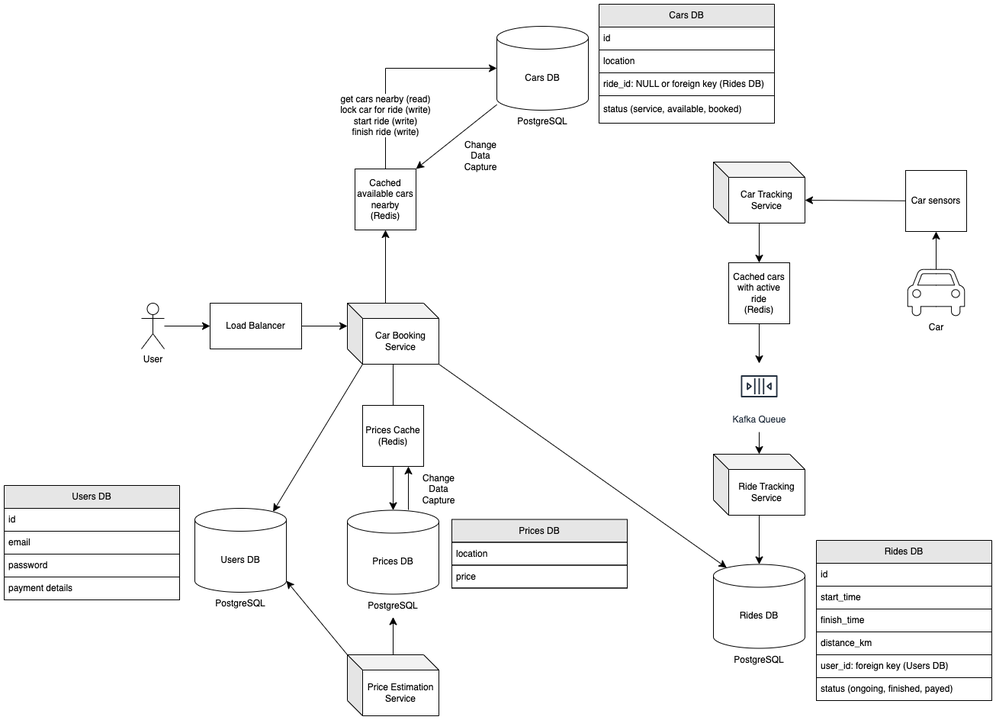
Before: sixt/assets/sixt.drawio.png, a diagram exported from draw.io (artem-istranin/system-design-sandbox). Source tidied: cells renumbered, new cells last; positions are measured from the earlier drawing's top-left corner, leaving out a move shared by most shapes.
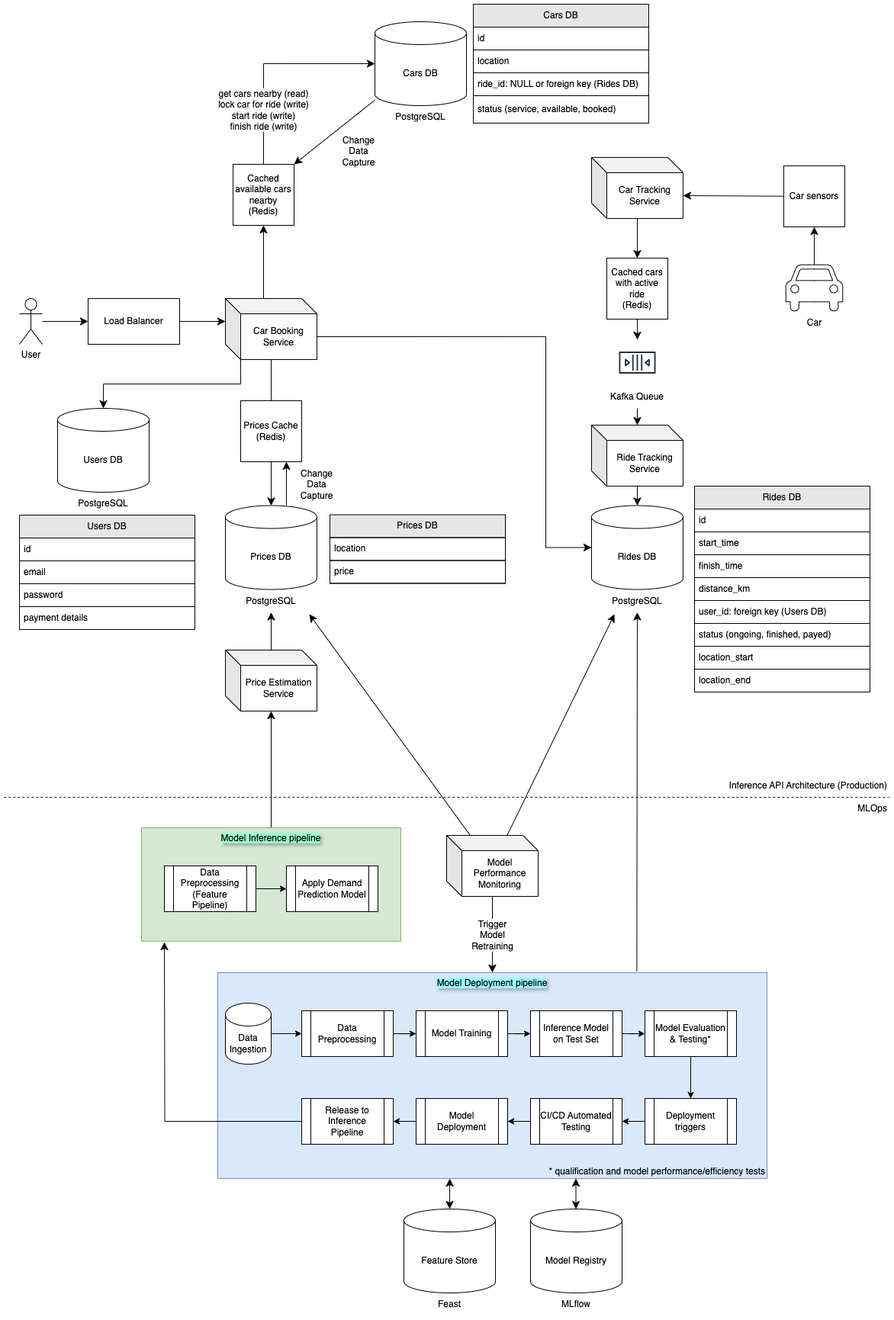
After the commit.

Commit message:
add basic MLOps components to the graph + start ML model part (draft)

What changed in the source:
```diff
@@ -67,23 +67,8 @@
     <mxCell id="22" value="PostgreSQL" style="text;html=1;align=center;verticalAlign=middle;whiteSpace=wrap;rounded=0;" parent="20" vertex="1">
       <mxGeometry x="30" y="110" width="60" height="30" as="geometry" />
     </mxCell>
-    <mxCell id="23" style="edgeStyle=none;curved=1;rounded=0;jettySize=auto;html=1;fontSize=12;startSize=8;endSize=8;entryX=0;entryY=0;entryDx=0;entryDy=0;entryPerimeter=0;exitX=1;exitY=1;exitDx=0;exitDy=-15;exitPerimeter=0;startArrow=classic;startFill=1;endArrow=none;" parent="1" edge="1" source="26" target="15">
-      <mxGeometry relative="1" as="geometry" />
-    </mxCell>
-    <mxCell id="24" style="group;" parent="1" vertex="1">
-      <mxGeometry x="310" y="586" width="120" height="195" as="geometry" />
-    </mxCell>
-    <mxCell id="25" style="group;" parent="24" vertex="1">
-      <mxGeometry x="-60" y="75" width="120" height="140" as="geometry" />
-    </mxCell>
-    <mxCell id="26" value="Users DB" style="shape=cylinder3;whiteSpace=wrap;html=1;boundedLbl=1;backgroundOutline=1;size=15;" parent="25" vertex="1">
-      <mxGeometry width="120" height="110" as="geometry" />
-    </mxCell>
-    <mxCell id="27" value="PostgreSQL" style="text;html=1;align=center;verticalAlign=middle;whiteSpace=wrap;rounded=0;" parent="25" vertex="1">
-      <mxGeometry x="30" y="110" width="60" height="30" as="geometry" />
-    </mxCell>
     <mxCell id="28" value="Ride Tracking Service" style="shape=cube;whiteSpace=wrap;html=1;boundedLbl=1;backgroundOutline=1;darkOpacity=0.05;darkOpacity2=0.1;" parent="1" vertex="1">
-      <mxGeometry x="930" y="590" width="120" height="80" as="geometry" />
+      <mxGeometry x="930" y="558" width="120" height="80" as="geometry" />
     </mxCell>
     <mxCell id="29" style="edgeStyle=none;curved=1;rounded=0;jettySize=auto;html=1;fontSize=12;startSize=8;endSize=8;" parent="1" edge="1" source="62" target="38">
       <mxGeometry relative="1" as="geometry" />
@@ -91,17 +76,22 @@
     <mxCell id="30" style="edgeStyle=none;curved=1;rounded=0;jettySize=auto;html=1;entryX=0.5;entryY=0;entryDx=0;entryDy=0;entryPerimeter=0;fontSize=12;startSize=8;endSize=8;" parent="1" edge="1" source="28" target="35">
       <mxGeometry relative="1" as="geometry" />
     </mxCell>
-    <mxCell id="31" style="edgeStyle=none;curved=1;rounded=0;jettySize=auto;html=1;entryX=0.145;entryY=0;entryDx=0;entryDy=4.35;entryPerimeter=0;fontSize=12;startSize=8;endSize=8;exitX=1;exitY=1;exitDx=0;exitDy=0;exitPerimeter=0;startArrow=none;startFill=0;" parent="1" edge="1" source="11" target="35">
-      <mxGeometry relative="1" as="geometry" />
+    <mxCell id="31" style="edgeStyle=orthogonalEdgeStyle;rounded=0;jettySize=auto;html=1;entryX=0;entryY=0.5;entryDx=0;entryDy=0;entryPerimeter=0;fontSize=12;startSize=8;endSize=8;exitX=0;exitY=0;exitDx=120;exitDy=50;exitPerimeter=0;startArrow=none;startFill=0;" parent="1" edge="1" source="11" target="35">
+      <mxGeometry relative="1" as="geometry">
+        <Array as="points">
+          <mxPoint x="870" y="442" />
+          <mxPoint x="870" y="719" />
+        </Array>
+      </mxGeometry>
     </mxCell>
-    <mxCell id="32" style="edgeStyle=none;curved=1;rounded=0;jettySize=auto;html=1;entryX=0.855;entryY=0;entryDx=0;entryDy=4.35;entryPerimeter=0;fontSize=12;startSize=8;endSize=8;exitX=0;exitY=0;exitDx=20;exitDy=80;exitPerimeter=0;startArrow=none;startFill=0;" parent="1" edge="1" source="11" target="26">
+    <mxCell id="32" style="edgeStyle=orthogonalEdgeStyle;rounded=0;jettySize=auto;html=1;entryX=0.5;entryY=0;entryDx=0;entryDy=0;entryPerimeter=0;fontSize=12;startSize=8;endSize=8;exitX=0;exitY=0;exitDx=20;exitDy=80;exitPerimeter=0;startArrow=none;startFill=0;" parent="1" edge="1" source="11" target="26">
       <mxGeometry relative="1" as="geometry" />
     </mxCell>
     <mxCell id="33" value="PostgreSQL" style="text;html=1;align=center;verticalAlign=middle;whiteSpace=wrap;rounded=0;" parent="1" vertex="1">
       <mxGeometry x="480" y="773.5" width="60" height="30" as="geometry" />
     </mxCell>
     <mxCell id="34" style="group;" parent="1" vertex="1">
-      <mxGeometry x="930" y="734.5" width="120" height="140" as="geometry" />
+      <mxGeometry x="930" y="663.5" width="120" height="140" as="geometry" />
     </mxCell>
     <mxCell id="35" value="Rides DB" style="shape=cylinder3;whiteSpace=wrap;html=1;boundedLbl=1;backgroundOutline=1;size=15;" parent="34" vertex="1">
       <mxGeometry width="120" height="110" as="geometry" />
@@ -111,11 +101,11 @@
     </mxCell>
     <mxCell id="37" style="edgeStyle=none;curved=1;rounded=0;jettySize=auto;html=1;fontSize=12;startSize=8;endSize=8;" parent="1" edge="1" target="28">
       <mxGeometry relative="1" as="geometry">
-        <mxPoint x="990" y="561" as="sourcePoint" />
+        <mxPoint x="990" y="536" as="sourcePoint" />
       </mxGeometry>
     </mxCell>
-    <mxCell id="38" value="Kafka Queue" style="sketch=0;outlineConnect=0;fontColor=#232F3E;gradientColor=none;strokeColor=#232F3E;fillColor=#ffffff;dashed=0;verticalLabelPosition=bottom;verticalAlign=top;align=center;html=1;fontSize=12;fontStyle=0;shape=mxgraph.aws4.resourceIcon;resIcon=mxgraph.aws4.queue;" parent="1" vertex="1">
-      <mxGeometry x="960" y="471" width="60" height="60" as="geometry" />
+    <mxCell id="38" style="sketch=0;outlineConnect=0;fontColor=#232F3E;gradientColor=none;strokeColor=#232F3E;fillColor=#ffffff;dashed=0;verticalLabelPosition=bottom;verticalAlign=top;align=center;html=1;fontSize=12;fontStyle=0;shape=mxgraph.aws4.resourceIcon;resIcon=mxgraph.aws4.queue;" parent="1" vertex="1">
+      <mxGeometry x="960" y="446" width="60" height="60" as="geometry" />
     </mxCell>
     <mxCell id="39" style="edgeStyle=orthogonalEdgeStyle;rounded=0;jettySize=auto;html=1;entryX=0.5;entryY=1;entryDx=0;entryDy=0;fontSize=12;startSize=8;endSize=8;startArrow=none;startFill=0;exitX=0;exitY=0;exitDx=50;exitDy=0;exitPerimeter=0;" parent="1" edge="1" source="11" target="40">
       <mxGeometry x="-0.33" relative="1" as="geometry">
@@ -126,7 +116,7 @@
       <mxGeometry x="460" y="216" width="80" height="80" as="geometry" />
     </mxCell>
     <mxCell id="41" value="Cars DB" style="swimlane;fontStyle=0;horizontal=1;startSize=30;whiteSpace=wrap;html=1;direction=east;separatorColor=#000000;glass=0;fillColor=#E6E6E6;swimlaneFillColor=default;strokeWidth=1;perimeterSpacing=0;noLabel=0;" parent="1" vertex="1">
-      <mxGeometry x="780" width="230" height="156" as="geometry" />
+      <mxGeometry x="775" y="6" width="230" height="156" as="geometry" />
     </mxCell>
     <mxCell id="42" value="id" style="text;strokeColor=default;fillColor=none;align=left;verticalAlign=middle;spacingLeft=4;spacingRight=4;overflow=hidden;whiteSpace=wrap;html=1;" parent="41" vertex="1">
       <mxGeometry y="30" width="230" height="30" as="geometry" />
@@ -141,7 +131,7 @@
       <mxGeometry y="120" width="230" height="36" as="geometry" />
     </mxCell>
     <mxCell id="46" value="Rides DB" style="swimlane;fontStyle=0;horizontal=1;startSize=30;whiteSpace=wrap;html=1;direction=east;separatorColor=#000000;glass=0;fillColor=#E6E6E6;swimlaneFillColor=default;strokeWidth=1;perimeterSpacing=0;noLabel=0;" parent="1" vertex="1">
-      <mxGeometry x="1065" y="703" width="230" height="210" as="geometry" />
+      <mxGeometry x="1065" y="638" width="230" height="270" as="geometry" />
     </mxCell>
     <mxCell id="47" value="id" style="text;strokeColor=default;fillColor=none;align=left;verticalAlign=middle;spacingLeft=4;spacingRight=4;overflow=hidden;whiteSpace=wrap;html=1;" parent="46" vertex="1">
       <mxGeometry y="30" width="230" height="30" as="geometry" />
@@ -161,8 +151,14 @@
     <mxCell id="52" value="status (ongoing, finished, payed)" style="text;strokeColor=default;fillColor=none;align=left;verticalAlign=middle;spacingLeft=4;spacingRight=4;overflow=hidden;whiteSpace=wrap;html=1;glass=0;" parent="46" vertex="1">
       <mxGeometry y="180" width="230" height="30" as="geometry" />
     </mxCell>
+    <mxCell id="65" value="location_start" style="text;strokeColor=default;fillColor=none;align=left;verticalAlign=middle;spacingLeft=4;spacingRight=4;overflow=hidden;whiteSpace=wrap;html=1;glass=0;" parent="46" vertex="1">
+      <mxGeometry y="210" width="230" height="30" as="geometry" />
+    </mxCell>
+    <mxCell id="66" value="location_end" style="text;strokeColor=default;fillColor=none;align=left;verticalAlign=middle;spacingLeft=4;spacingRight=4;overflow=hidden;whiteSpace=wrap;html=1;glass=0;" parent="46" vertex="1">
+      <mxGeometry y="240" width="230" height="30" as="geometry" />
+    </mxCell>
     <mxCell id="53" value="Users DB" style="swimlane;fontStyle=0;horizontal=1;startSize=30;whiteSpace=wrap;html=1;direction=east;separatorColor=#000000;glass=0;fillColor=#E6E6E6;swimlaneFillColor=default;strokeWidth=1;perimeterSpacing=0;noLabel=0;" parent="1" vertex="1">
-      <mxGeometry y="631" width="230" height="150" as="geometry" />
+      <mxGeometry x="180" y="676" width="230" height="150" as="geometry" />
     </mxCell>
     <mxCell id="54" value="id" style="text;strokeColor=default;fillColor=none;align=left;verticalAlign=middle;spacingLeft=4;spacingRight=4;overflow=hidden;whiteSpace=wrap;html=1;" parent="53" vertex="1">
       <mxGeometry y="30" width="230" height="30" as="geometry" />
@@ -197,5 +193,151 @@
     <mxCell id="64" style="edgeStyle=none;curved=1;rounded=0;jettySize=auto;html=1;entryX=1;entryY=0;entryDx=0;entryDy=0;fontSize=12;startSize=8;endSize=8;" parent="1" edge="1" source="21" target="40">
       <mxGeometry relative="1" as="geometry" />
     </mxCell>
+    <mxCell id="67" value="Kafka Queue" style="text;html=1;align=center;verticalAlign=middle;whiteSpace=wrap;rounded=0;" parent="1" vertex="1">
+      <mxGeometry x="950" y="506" width="80" height="30" as="geometry" />
+    </mxCell>
+    <mxCell id="68" style="endArrow=none;dashed=1;html=1;rounded=0;fontSize=12;startSize=8;endSize=8;curved=1;" parent="1" edge="1">
+      <mxGeometry relative="1" as="geometry">
+        <mxPoint x="160" y="1046" as="sourcePoint" />
+        <mxPoint x="1320" y="1046" as="targetPoint" />
+      </mxGeometry>
+    </mxCell>
+    <mxCell id="69" value="Model Deployment pipeline" style="rounded=0;whiteSpace=wrap;html=1;textShadow=1;labelBackgroundColor=#99FFFF;fillColor=#dae8fc;strokeColor=#6c8ebf;verticalAlign=top;" parent="1" vertex="1">
+      <mxGeometry x="440" y="1276" width="720" height="270" as="geometry" />
+    </mxCell>
+    <mxCell id="70" style="edgeStyle=orthogonalEdgeStyle;rounded=0;jettySize=auto;html=1;" parent="1" edge="1" source="71" target="77">
+      <mxGeometry relative="1" as="geometry" />
+    </mxCell>
+    <mxCell id="71" value="Data Ingestion" style="shape=cylinder3;whiteSpace=wrap;html=1;boundedLbl=1;backgroundOutline=1;size=15;" parent="1" vertex="1">
+      <mxGeometry x="450" y="1316" width="60" height="80" as="geometry" />
+    </mxCell>
+    <mxCell id="72" style="edgeStyle=orthogonalEdgeStyle;rounded=0;jettySize=auto;html=1;" parent="1" edge="1" source="73" target="93">
+      <mxGeometry relative="1" as="geometry" />
+    </mxCell>
+    <mxCell id="73" value="Deployment triggers" style="shape=process;whiteSpace=wrap;html=1;backgroundOutline=1;" parent="1" vertex="1">
+      <mxGeometry x="1000" y="1441" width="120" height="60" as="geometry" />
+    </mxCell>
+    <mxCell id="74" style="edgeStyle=orthogonalEdgeStyle;rounded=0;jettySize=auto;html=1;" parent="1" edge="1" source="75" target="86">
+      <mxGeometry relative="1" as="geometry" />
+    </mxCell>
+    <mxCell id="75" value="Model Deployment" style="shape=process;whiteSpace=wrap;html=1;backgroundOutline=1;" parent="1" vertex="1">
+      <mxGeometry x="700" y="1441" width="120" height="60" as="geometry" />
+    </mxCell>
+    <mxCell id="76" style="edgeStyle=orthogonalEdgeStyle;rounded=0;jettySize=auto;html=1;" parent="1" edge="1" source="77" target="79">
+      <mxGeometry relative="1" as="geometry" />
+    </mxCell>
+    <mxCell id="77" value="Data Preprocessing" style="shape=process;whiteSpace=wrap;html=1;backgroundOutline=1;" parent="1" vertex="1">
+      <mxGeometry x="550" y="1326" width="120" height="60" as="geometry" />
+    </mxCell>
+    <mxCell id="78" style="edgeStyle=orthogonalEdgeStyle;rounded=0;jettySize=auto;html=1;" parent="1" edge="1" source="79" target="81">
+      <mxGeometry relative="1" as="geometry" />
+    </mxCell>
+    <mxCell id="79" value="Model Training" style="shape=process;whiteSpace=wrap;html=1;backgroundOutline=1;" parent="1" vertex="1">
+      <mxGeometry x="700" y="1326" width="120" height="60" as="geometry" />
+    </mxCell>
+    <mxCell id="80" style="edgeStyle=orthogonalEdgeStyle;rounded=0;jettySize=auto;html=1;" parent="1" edge="1" source="81" target="83">
+      <mxGeometry relative="1" as="geometry" />
+    </mxCell>
+    <mxCell id="81" value="Inference Model on Test Set" style="shape=process;whiteSpace=wrap;html=1;backgroundOutline=1;" parent="1" vertex="1">
+      <mxGeometry x="850" y="1326" width="120" height="60" as="geometry" />
+    </mxCell>
+    <mxCell id="82" style="edgeStyle=orthogonalEdgeStyle;rounded=0;jettySize=auto;html=1;" parent="1" edge="1" source="83" target="73">
+      <mxGeometry relative="1" as="geometry" />
+    </mxCell>
+    <mxCell id="83" value="Model Evaluation &amp;amp; Testing*" style="shape=process;whiteSpace=wrap;html=1;backgroundOutline=1;" parent="1" vertex="1">
+      <mxGeometry x="1000" y="1326" width="120" height="60" as="geometry" />
+    </mxCell>
+    <mxCell id="84" value="&lt;span style=&quot;color: rgb(0, 0, 0); font-family: Helvetica; font-size: 12px; font-style: normal; font-variant-ligatures: normal; font-variant-caps: normal; font-weight: 400; letter-spacing: normal; orphans: 2; text-indent: 0px; text-transform: none; widows: 2; word-spacing: 0px; -webkit-text-stroke-width: 0px; white-space: normal; text-decoration-thickness: initial; text-decoration-style: initial; text-decoration-color: initial; float: none; display: inline !important;&quot;&gt;* qualification and model performance/efficiency tests&lt;/span&gt;" style="text;whiteSpace=wrap;html=1;fillColor=none;labelBackgroundColor=none;verticalAlign=bottom;align=right;" parent="1" vertex="1">
+      <mxGeometry x="690" y="1506" width="470" height="40" as="geometry" />
+    </mxCell>
+    <mxCell id="85" style="edgeStyle=orthogonalEdgeStyle;rounded=0;jettySize=auto;html=1;fontSize=12;startSize=8;endSize=8;" parent="1" edge="1" source="86">
+      <mxGeometry relative="1" as="geometry">
+        <mxPoint x="370" y="1236" as="targetPoint" />
+      </mxGeometry>
+    </mxCell>
+    <mxCell id="86" value="Release to Inference Pipeline" style="shape=process;whiteSpace=wrap;html=1;backgroundOutline=1;" parent="1" vertex="1">
+      <mxGeometry x="550" y="1441" width="120" height="60" as="geometry" />
+    </mxCell>
+    <mxCell id="87" style="edgeStyle=none;curved=1;rounded=0;jettySize=auto;html=1;fontSize=12;startSize=8;endSize=8;" parent="1" edge="1" source="88" target="15">
+      <mxGeometry relative="1" as="geometry" />
+    </mxCell>
+    <mxCell id="88" value="&lt;span style=&quot;background-color: rgb(153, 255, 204);&quot;&gt;Model Inference pipeline&lt;/span&gt;" style="rounded=0;whiteSpace=wrap;html=1;fillColor=#d5e8d4;strokeColor=#82b366;textShadow=1;verticalAlign=top;" parent="1" vertex="1">
+      <mxGeometry x="340" y="1086" width="340" height="148.8" as="geometry" />
+    </mxCell>
+    <mxCell id="89" style="edgeStyle=orthogonalEdgeStyle;rounded=0;jettySize=auto;html=1;entryX=0;entryY=0.5;entryDx=0;entryDy=0;" parent="1" edge="1" source="90" target="91">
+      <mxGeometry relative="1" as="geometry" />
+    </mxCell>
+    <mxCell id="90" value="Data Preprocessing (Feature Pipeline)" style="shape=process;whiteSpace=wrap;html=1;backgroundOutline=1;" parent="1" vertex="1">
+      <mxGeometry x="370" y="1136" width="120" height="60" as="geometry" />
+    </mxCell>
+    <mxCell id="91" value="Apply Demand Prediction Model" style="shape=process;whiteSpace=wrap;html=1;backgroundOutline=1;" parent="1" vertex="1">
+      <mxGeometry x="530" y="1136" width="120" height="60" as="geometry" />
+    </mxCell>
+    <mxCell id="92" style="edgeStyle=orthogonalEdgeStyle;rounded=0;jettySize=auto;html=1;" parent="1" edge="1" source="93" target="75">
+      <mxGeometry relative="1" as="geometry" />
+    </mxCell>
+    <mxCell id="93" value="CI/CD Automated Testing" style="shape=process;whiteSpace=wrap;html=1;backgroundOutline=1;" parent="1" vertex="1">
+      <mxGeometry x="850" y="1441" width="120" height="60" as="geometry" />
+    </mxCell>
+    <mxCell id="94" value="MLOps" style="text;html=1;align=right;verticalAlign=middle;whiteSpace=wrap;rounded=0;" parent="1" vertex="1">
+      <mxGeometry x="1240" y="1046" width="80" height="30" as="geometry" />
+    </mxCell>
+    <mxCell id="95" value="Inference API Architecture (Production)" style="text;html=1;align=right;verticalAlign=middle;whiteSpace=wrap;rounded=0;" parent="1" vertex="1">
+      <mxGeometry x="1110" y="1016" width="210" height="30" as="geometry" />
+    </mxCell>
+    <mxCell id="96" style="edgeStyle=none;curved=1;rounded=0;jettySize=auto;html=1;fontSize=12;startSize=8;endSize=8;entryX=0.763;entryY=-0.006;entryDx=0;entryDy=0;entryPerimeter=0;endArrow=none;startFill=1;startArrow=classic;" parent="1" edge="1" source="36" target="69">
+      <mxGeometry relative="1" as="geometry" />
+    </mxCell>
+    <mxCell id="25" style="group;" parent="1" vertex="1">
+      <mxGeometry x="230" y="536" width="120" height="140" as="geometry" />
+    </mxCell>
+    <mxCell id="26" value="Users DB" style="shape=cylinder3;whiteSpace=wrap;html=1;boundedLbl=1;backgroundOutline=1;size=15;" parent="25" vertex="1">
+      <mxGeometry width="120" height="110" as="geometry" />
+    </mxCell>
+    <mxCell id="27" value="PostgreSQL" style="text;html=1;align=center;verticalAlign=middle;whiteSpace=wrap;rounded=0;" parent="25" vertex="1">
+      <mxGeometry x="30" y="110" width="60" height="30" as="geometry" />
+    </mxCell>
+    <mxCell id="97" style="group;" parent="1" vertex="1">
+      <mxGeometry x="684" y="1586" width="120" height="140" as="geometry" />
+    </mxCell>
+    <mxCell id="98" value="Feature Store" style="shape=cylinder3;whiteSpace=wrap;html=1;boundedLbl=1;backgroundOutline=1;size=15;" parent="97" vertex="1">
+      <mxGeometry width="120" height="110" as="geometry" />
+    </mxCell>
+    <mxCell id="99" value="Feast" style="text;html=1;align=center;verticalAlign=middle;whiteSpace=wrap;rounded=0;" parent="97" vertex="1">
+      <mxGeometry x="30" y="110" width="60" height="30" as="geometry" />
+    </mxCell>
+    <mxCell id="100" value="Mod" style="group;" parent="1" vertex="1">
+      <mxGeometry x="850" y="1586" width="120" height="140" as="geometry" />
+    </mxCell>
+    <mxCell id="101" value="Model Registry" style="shape=cylinder3;whiteSpace=wrap;html=1;boundedLbl=1;backgroundOutline=1;size=15;" parent="100" vertex="1">
+      <mxGeometry width="120" height="110" as="geometry" />
+    </mxCell>
+    <mxCell id="102" value="MLflow" style="text;html=1;align=center;verticalAlign=middle;whiteSpace=wrap;rounded=0;" parent="100" vertex="1">
+      <mxGeometry x="30" y="110" width="60" height="30" as="geometry" />
+    </mxCell>
+    <mxCell id="103" style="endArrow=classic;startArrow=classic;html=1;rounded=0;fontSize=12;startSize=8;endSize=8;curved=1;exitX=0.5;exitY=0;exitDx=0;exitDy=0;exitPerimeter=0;entryX=0.115;entryY=1.001;entryDx=0;entryDy=0;entryPerimeter=0;" parent="1" edge="1" source="98" target="84">
+      <mxGeometry relative="1" as="geometry" />
+    </mxCell>
+    <mxCell id="104" style="endArrow=classic;startArrow=classic;html=1;rounded=0;fontSize=12;startSize=8;endSize=8;curved=1;exitX=0.5;exitY=0;exitDx=0;exitDy=0;exitPerimeter=0;entryX=0.467;entryY=0.999;entryDx=0;entryDy=0;entryPerimeter=0;" parent="1" edge="1" target="84">
+      <mxGeometry relative="1" as="geometry">
+        <mxPoint x="909.5" y="1586" as="sourcePoint" />
+      </mxGeometry>
+    </mxCell>
+    <mxCell id="105" value="Trigger&lt;div&gt;Model&lt;/div&gt;&lt;div&gt;Retraining&lt;/div&gt;" style="edgeStyle=none;curved=1;rounded=0;jettySize=auto;html=1;entryX=0.5;entryY=0;entryDx=0;entryDy=0;fontSize=12;startSize=8;endSize=8;" parent="1" edge="1" source="106" target="69">
+      <mxGeometry relative="1" as="geometry" />
+    </mxCell>
+    <mxCell id="106" value="Model Performance Monitoring" style="shape=cube;whiteSpace=wrap;html=1;boundedLbl=1;backgroundOutline=1;darkOpacity=0.05;darkOpacity2=0.1;" parent="1" vertex="1">
+      <mxGeometry x="740" y="1096" width="120" height="80" as="geometry" />
+    </mxCell>
+    <mxCell id="107" style="edgeStyle=none;curved=1;rounded=0;jettySize=auto;html=1;fontSize=12;startSize=8;endSize=8;" parent="1" edge="1" source="106">
+      <mxGeometry relative="1" as="geometry">
+        <mxPoint x="960" y="806" as="targetPoint" />
+      </mxGeometry>
+    </mxCell>
+    <mxCell id="108" style="edgeStyle=none;curved=1;rounded=0;jettySize=auto;html=1;fontSize=12;startSize=8;endSize=8;" parent="1" edge="1" source="106">
+      <mxGeometry relative="1" as="geometry">
+        <mxPoint x="560" y="806" as="targetPoint" />
+      </mxGeometry>
+    </mxCell>
   </root>
 </mxGraphModel>
```
